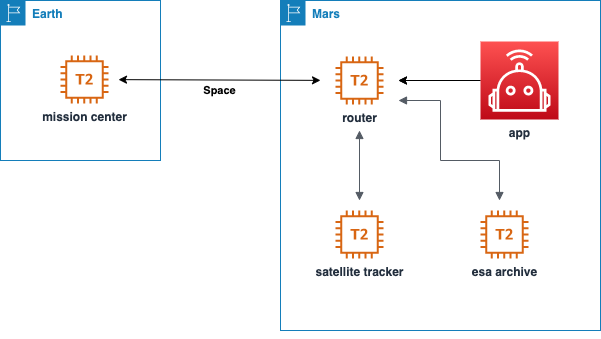
Before: docs/infrastructure.png, a diagram exported from draw.io (mikayzo/NASA-SpaceApps-2020). Source tidied: cells renumbered, new cells last; positions are measured from the earlier drawing's top-left corner, leaving out a move shared by most shapes.
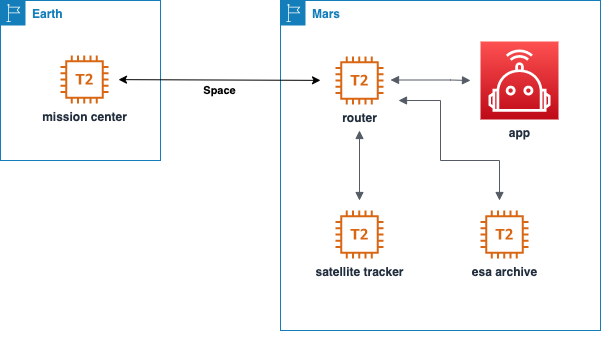
After the change.

What changed in the source:
```diff
@@ -8,20 +8,6 @@
     <mxCell id="3" value="Earth" style="gradientColor=none;html=1;whiteSpace=wrap;fontSize=12;fontStyle=1;shape=mxgraph.aws4.group;grIcon=mxgraph.aws4.group_region;strokeColor=#147EBA;fillColor=none;verticalAlign=top;align=left;spacingLeft=30;fontColor=#147EBA;dashed=0;" parent="1" vertex="1">
       <mxGeometry width="160" height="160" as="geometry" />
     </mxCell>
-    <mxCell id="4" style="edgeStyle=orthogonalEdgeStyle;rounded=0;jettySize=auto;html=1;fontStyle=1;" parent="1" edge="1" source="6">
-      <mxGeometry relative="1" as="geometry">
-        <mxPoint x="398" y="80" as="targetPoint" />
-      </mxGeometry>
-    </mxCell>
-    <mxCell id="5" style="edgeStyle=orthogonalEdgeStyle;rounded=0;jettySize=auto;html=1;fontStyle=1;" parent="1" edge="1" source="6">
-      <mxGeometry relative="1" as="geometry">
-        <mxPoint x="398" y="80" as="targetPoint" />
-        <Array as="points">
-          <mxPoint x="440" y="80" />
-          <mxPoint x="440" y="80" />
-        </Array>
-      </mxGeometry>
-    </mxCell>
     <mxCell id="6" value="app&lt;br&gt;" style="outlineConnect=0;fontColor=#232F3E;gradientColor=#FE5151;gradientDirection=north;fillColor=#BE0917;strokeColor=#ffffff;dashed=0;verticalLabelPosition=bottom;verticalAlign=top;align=center;html=1;fontSize=12;fontStyle=1;shape=mxgraph.aws4.resourceIcon;resIcon=mxgraph.aws4.robotics;" parent="1" vertex="1">
       <mxGeometry x="480" y="41" width="78" height="78" as="geometry" />
     </mxCell>
@@ -71,5 +57,15 @@
     <mxCell id="16" value="satellite tracker" style="fontColor=#232F3E;gradientColor=none;fillColor=#D86613;strokeColor=none;dashed=0;verticalLabelPosition=bottom;verticalAlign=top;align=center;html=1;fontSize=12;fontStyle=1;shape=mxgraph.aws4.t2_instance;" parent="1" vertex="1">
       <mxGeometry x="335" y="210" width="48" height="48" as="geometry" />
     </mxCell>
+    <mxCell id="17" style="edgeStyle=orthogonalEdgeStyle;html=1;endArrow=block;elbow=vertical;startArrow=block;startFill=1;endFill=1;strokeColor=#545B64;rounded=0;" parent="1" edge="1">
+      <mxGeometry relative="1" as="geometry">
+        <mxPoint x="390" y="79.5" as="sourcePoint" />
+        <mxPoint x="470" y="80" as="targetPoint" />
+        <Array as="points">
+          <mxPoint x="450" y="80" />
+          <mxPoint x="450" y="80" />
+        </Array>
+      </mxGeometry>
+    </mxCell>
   </root>
 </mxGraphModel>
```
